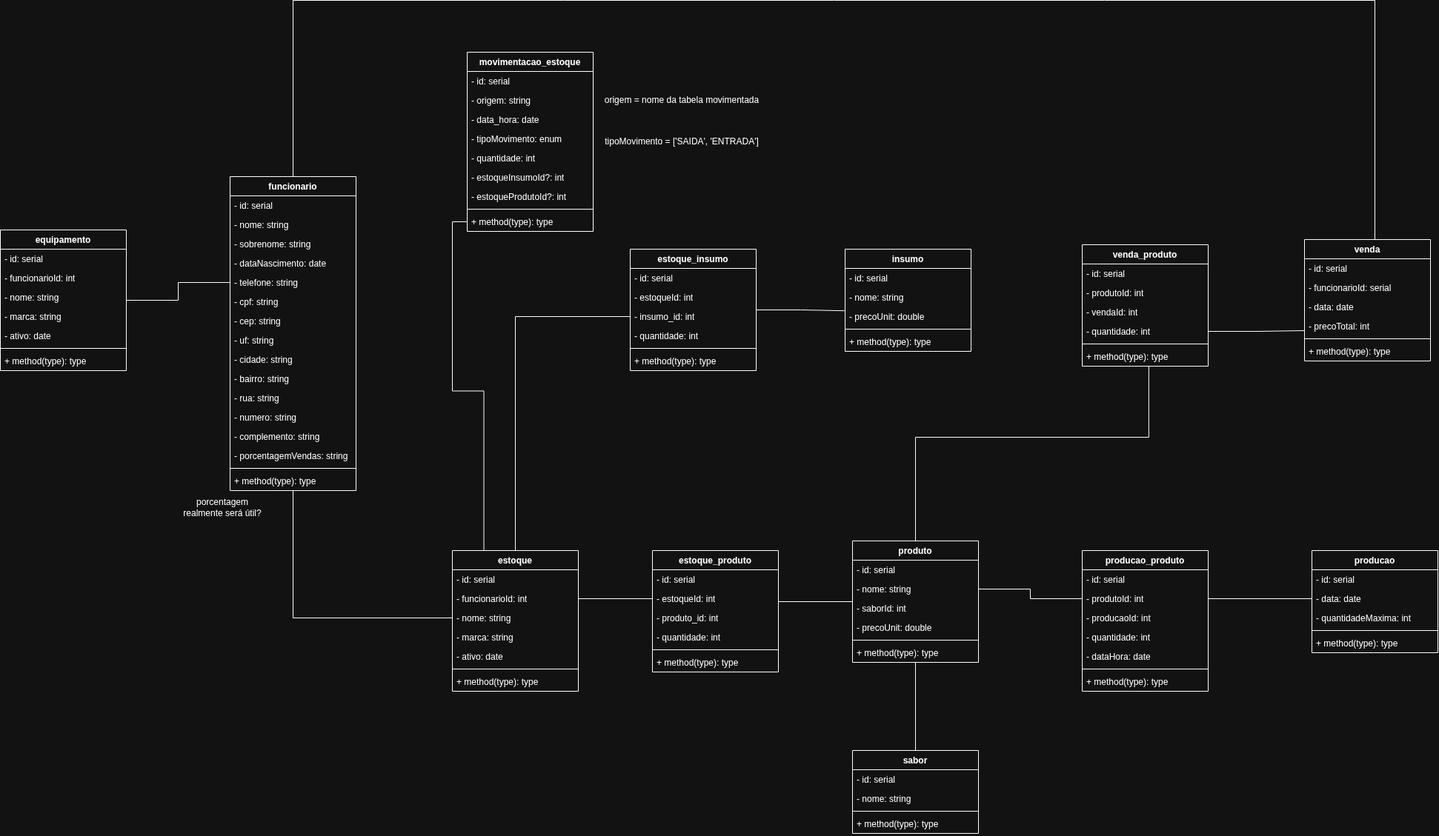
kaue0000/autonium-api keeps this draw.io diagram as docs/diagramas/diagrama-de-classes.png. Above is the earlier version. Source tidied: cells renumbered, new cells last; positions are measured from the earlier drawing's top-left corner, leaving out a move shared by most shapes.
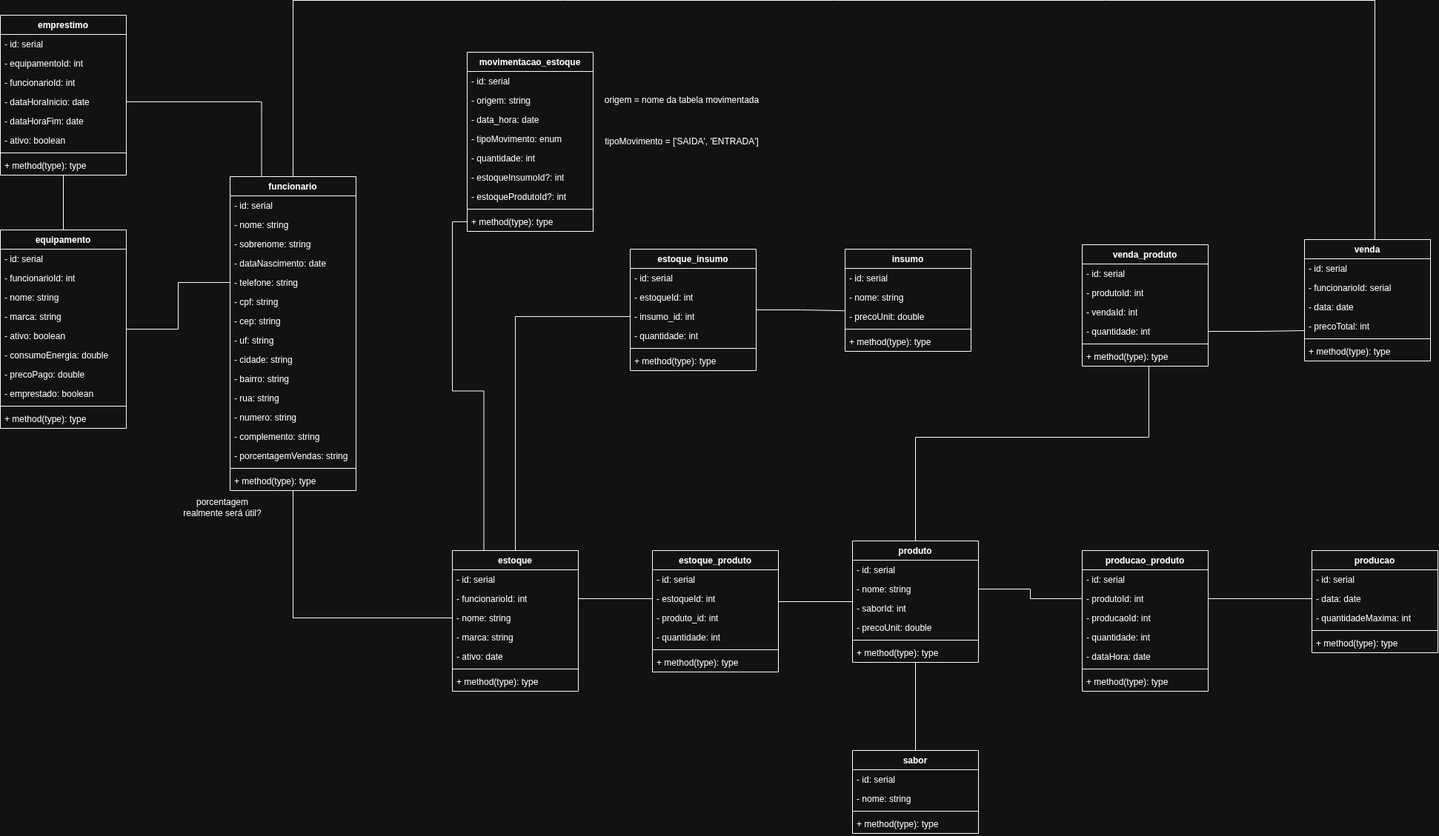
The same file after the commit.

Commit message:
docs: Adiciona Empréstimo ao diagrama de classes

Diff of the diagram source:
```diff
@@ -13,6 +13,9 @@
         </Array>
       </mxGeometry>
     </mxCell>
+    <mxCell id="121" style="edgeStyle=orthogonalEdgeStyle;rounded=0;jettySize=auto;html=1;exitX=0.25;exitY=0;exitDx=0;exitDy=0;entryX=1;entryY=0.5;entryDx=0;entryDy=0;defaultLabelBackgroundColor=page;endArrow=none;endFill=0;" parent="1" edge="1" source="4" target="130">
+      <mxGeometry relative="1" as="geometry" />
+    </mxCell>
     <mxCell id="4" value="funcionario" style="swimlane;fontStyle=1;align=center;verticalAlign=top;horizontal=1;startSize=26;whiteSpace=wrap;html=1;" parent="1" vertex="1">
       <mxGeometry x="310" y="238" width="170" height="424" as="geometry" />
     </mxCell>
@@ -67,8 +70,11 @@
     <mxCell id="21" value="porcentagem realmente será útil?" style="text;html=1;whiteSpace=wrap;strokeColor=none;fillColor=none;align=center;verticalAlign=middle;rounded=0;" parent="1" vertex="1">
       <mxGeometry x="240" y="670" width="120" height="30" as="geometry" />
     </mxCell>
+    <mxCell id="122" style="edgeStyle=orthogonalEdgeStyle;rounded=0;jettySize=auto;html=1;entryX=0.5;entryY=1;entryDx=0;entryDy=0;defaultLabelBackgroundColor=page;endArrow=none;endFill=0;" parent="1" edge="1" source="22" target="126">
+      <mxGeometry relative="1" as="geometry" />
+    </mxCell>
     <mxCell id="22" value="equipamento" style="swimlane;fontStyle=1;align=center;verticalAlign=top;horizontal=1;startSize=26;whiteSpace=wrap;html=1;" parent="1" vertex="1">
-      <mxGeometry y="310" width="170" height="190" as="geometry" />
+      <mxGeometry y="310" width="170" height="268" as="geometry" />
     </mxCell>
     <mxCell id="23" value="- id: serial" style="text;strokeColor=none;fillColor=none;align=left;verticalAlign=top;spacingLeft=4;spacingRight=4;overflow=hidden;whiteSpace=wrap;html=1;" parent="22" vertex="1">
       <mxGeometry y="26" width="170" height="26" as="geometry" />
@@ -82,14 +88,23 @@
     <mxCell id="26" value="- marca: string" style="text;strokeColor=none;fillColor=none;align=left;verticalAlign=top;spacingLeft=4;spacingRight=4;overflow=hidden;whiteSpace=wrap;html=1;" parent="22" vertex="1">
       <mxGeometry y="104" width="170" height="26" as="geometry" />
     </mxCell>
-    <mxCell id="27" value="- ativo: date" style="text;strokeColor=none;fillColor=none;align=left;verticalAlign=top;spacingLeft=4;spacingRight=4;overflow=hidden;whiteSpace=wrap;html=1;" parent="22" vertex="1">
+    <mxCell id="27" value="- ativo: boolean" style="text;strokeColor=none;fillColor=none;align=left;verticalAlign=top;spacingLeft=4;spacingRight=4;overflow=hidden;whiteSpace=wrap;html=1;" parent="22" vertex="1">
       <mxGeometry y="130" width="170" height="26" as="geometry" />
     </mxCell>
+    <mxCell id="123" value="- consumoEnergia: double" style="text;strokeColor=none;fillColor=none;align=left;verticalAlign=top;spacingLeft=4;spacingRight=4;overflow=hidden;whiteSpace=wrap;html=1;" parent="22" vertex="1">
+      <mxGeometry y="156" width="170" height="26" as="geometry" />
+    </mxCell>
+    <mxCell id="124" value="- precoPago: double" style="text;strokeColor=none;fillColor=none;align=left;verticalAlign=top;spacingLeft=4;spacingRight=4;overflow=hidden;whiteSpace=wrap;html=1;" parent="22" vertex="1">
+      <mxGeometry y="182" width="170" height="26" as="geometry" />
+    </mxCell>
+    <mxCell id="125" value="- emprestado: boolean" style="text;strokeColor=none;fillColor=none;align=left;verticalAlign=top;spacingLeft=4;spacingRight=4;overflow=hidden;whiteSpace=wrap;html=1;" parent="22" vertex="1">
+      <mxGeometry y="208" width="170" height="26" as="geometry" />
+    </mxCell>
     <mxCell id="28" style="line;strokeWidth=1;fillColor=none;align=left;verticalAlign=middle;spacingTop=-1;spacingLeft=3;spacingRight=3;labelPosition=right;strokeColor=inherit;labelPerimeter=1;" parent="22" vertex="1">
-      <mxGeometry y="156" width="170" height="8" as="geometry" />
+      <mxGeometry y="234" width="170" height="8" as="geometry" />
     </mxCell>
     <mxCell id="29" value="+ method(type): type" style="text;strokeColor=none;fillColor=none;align=left;verticalAlign=top;spacingLeft=4;spacingRight=4;overflow=hidden;whiteSpace=wrap;html=1;" parent="22" vertex="1">
-      <mxGeometry y="164" width="170" height="26" as="geometry" />
+      <mxGeometry y="242" width="170" height="26" as="geometry" />
     </mxCell>
     <mxCell id="30" style="rounded=0;jettySize=auto;html=1;entryX=0;entryY=0.5;entryDx=0;entryDy=0;defaultLabelBackgroundColor=page;endArrow=none;endFill=0;exitX=1;exitY=0.5;exitDx=0;exitDy=0;" parent="1" edge="1" source="35" target="53">
       <mxGeometry relative="1" as="geometry" />
@@ -376,5 +391,32 @@
     <mxCell id="120" value="+ method(type): type" style="text;strokeColor=none;fillColor=none;align=left;verticalAlign=top;spacingLeft=4;spacingRight=4;overflow=hidden;whiteSpace=wrap;html=1;" parent="114" vertex="1">
       <mxGeometry y="138" width="170" height="26" as="geometry" />
     </mxCell>
+    <mxCell id="126" value="emprestimo" style="swimlane;fontStyle=1;align=center;verticalAlign=top;horizontal=1;startSize=26;whiteSpace=wrap;html=1;" parent="1" vertex="1">
+      <mxGeometry y="20" width="170" height="216" as="geometry" />
+    </mxCell>
+    <mxCell id="127" value="- id: serial" style="text;strokeColor=none;fillColor=none;align=left;verticalAlign=top;spacingLeft=4;spacingRight=4;overflow=hidden;whiteSpace=wrap;html=1;" parent="126" vertex="1">
+      <mxGeometry y="26" width="170" height="26" as="geometry" />
+    </mxCell>
+    <mxCell id="128" value="- equipamentoId: int" style="text;strokeColor=none;fillColor=none;align=left;verticalAlign=top;spacingLeft=4;spacingRight=4;overflow=hidden;whiteSpace=wrap;html=1;" parent="126" vertex="1">
+      <mxGeometry y="52" width="170" height="26" as="geometry" />
+    </mxCell>
+    <mxCell id="129" value="- funcionarioId: int" style="text;strokeColor=none;fillColor=none;align=left;verticalAlign=top;spacingLeft=4;spacingRight=4;overflow=hidden;whiteSpace=wrap;html=1;" parent="126" vertex="1">
+      <mxGeometry y="78" width="170" height="26" as="geometry" />
+    </mxCell>
+    <mxCell id="130" value="- dataHoraInicio: date" style="text;strokeColor=none;fillColor=none;align=left;verticalAlign=top;spacingLeft=4;spacingRight=4;overflow=hidden;points=[[0,0.5],[1,0.5]];portConstraint=eastwest;whiteSpace=wrap;html=1;" parent="126" vertex="1">
+      <mxGeometry y="104" width="170" height="26" as="geometry" />
+    </mxCell>
+    <mxCell id="131" value="- dataHoraFim: date" style="text;strokeColor=none;fillColor=none;align=left;verticalAlign=top;spacingLeft=4;spacingRight=4;overflow=hidden;whiteSpace=wrap;html=1;" parent="126" vertex="1">
+      <mxGeometry y="130" width="170" height="26" as="geometry" />
+    </mxCell>
+    <mxCell id="132" value="- ativo: boolean" style="text;strokeColor=none;fillColor=none;align=left;verticalAlign=top;spacingLeft=4;spacingRight=4;overflow=hidden;whiteSpace=wrap;html=1;" parent="126" vertex="1">
+      <mxGeometry y="156" width="170" height="26" as="geometry" />
+    </mxCell>
+    <mxCell id="133" style="line;strokeWidth=1;fillColor=none;align=left;verticalAlign=middle;spacingTop=-1;spacingLeft=3;spacingRight=3;labelPosition=right;strokeColor=inherit;labelPerimeter=1;" parent="126" vertex="1">
+      <mxGeometry y="182" width="170" height="8" as="geometry" />
+    </mxCell>
+    <mxCell id="134" value="+ method(type): type" style="text;strokeColor=none;fillColor=none;align=left;verticalAlign=top;spacingLeft=4;spacingRight=4;overflow=hidden;whiteSpace=wrap;html=1;" parent="126" vertex="1">
+      <mxGeometry y="190" width="170" height="26" as="geometry" />
+    </mxCell>
   </root>
 </mxGraphModel>
```
